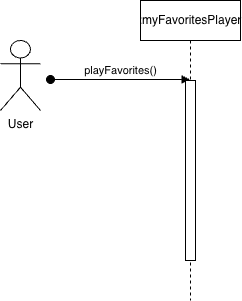
Above: Sequence Diagram exercise.drawio.png in Jtoosh/byu-cs340 (draw.io), before the change. Source tidied: cells renumbered, new cells last; positions are measured from the earlier drawing's top-left corner, leaving out a move shared by most shapes. Its diagram source:
```xml
<mxGraphModel>
  <root>
    <mxCell id="0" />
    <mxCell id="1" parent="0" />
    <mxCell id="2" value="User" style="shape=umlActor;verticalLabelPosition=bottom;verticalAlign=top;html=1;" parent="1" vertex="1">
      <mxGeometry y="40" width="40" height="70" as="geometry" />
    </mxCell>
    <mxCell id="3" value="playFavorites()" style="html=1;verticalAlign=bottom;startArrow=oval;startFill=1;endArrow=block;startSize=8;curved=0;rounded=0;" parent="1" edge="1" target="4">
      <mxGeometry relative="1" as="geometry">
        <mxPoint x="50" y="79" as="sourcePoint" />
      </mxGeometry>
    </mxCell>
    <mxCell id="4" value=":myFavoritesPlayer" style="shape=umlLifeline;perimeter=lifelinePerimeter;whiteSpace=wrap;html=1;outlineConnect=0;portConstraint=eastwest;newEdgeStyle={&quot;curved&quot;:0,&quot;rounded&quot;:0};" parent="1" vertex="1">
      <mxGeometry x="140" width="100" height="300" as="geometry" />
    </mxCell>
    <mxCell id="5" style="html=1;points=[[0,0,0,0,5],[0,1,0,0,-5],[1,0,0,0,5],[1,1,0,0,-5]];perimeter=orthogonalPerimeter;outlineConnect=0;targetShapes=umlLifeline;portConstraint=eastwest;newEdgeStyle={&quot;curved&quot;:0,&quot;rounded&quot;:0};" parent="4" vertex="1">
      <mxGeometry x="45" y="80" width="10" height="180" as="geometry" />
    </mxCell>
  </root>
</mxGraphModel>
```
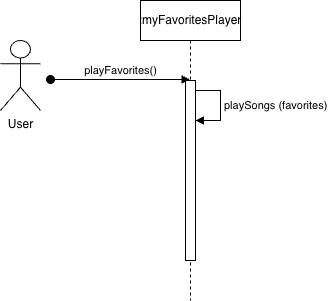
After the commit.

The edit, as a diff of the source:
```diff
@@ -16,5 +16,13 @@
     <mxCell id="5" style="html=1;points=[[0,0,0,0,5],[0,1,0,0,-5],[1,0,0,0,5],[1,1,0,0,-5]];perimeter=orthogonalPerimeter;outlineConnect=0;targetShapes=umlLifeline;portConstraint=eastwest;newEdgeStyle={&quot;curved&quot;:0,&quot;rounded&quot;:0};" parent="4" vertex="1">
       <mxGeometry x="45" y="80" width="10" height="180" as="geometry" />
     </mxCell>
+    <mxCell id="6" value="playSongs (favorites)" style="html=1;align=left;spacingLeft=2;endArrow=block;rounded=0;edgeStyle=orthogonalEdgeStyle;curved=0;rounded=0;" parent="4" edge="1" source="5" target="5">
+      <mxGeometry relative="1" as="geometry">
+        <Array as="points">
+          <mxPoint x="80" y="90" />
+          <mxPoint x="80" y="120" />
+        </Array>
+      </mxGeometry>
+    </mxCell>
   </root>
 </mxGraphModel>
```
